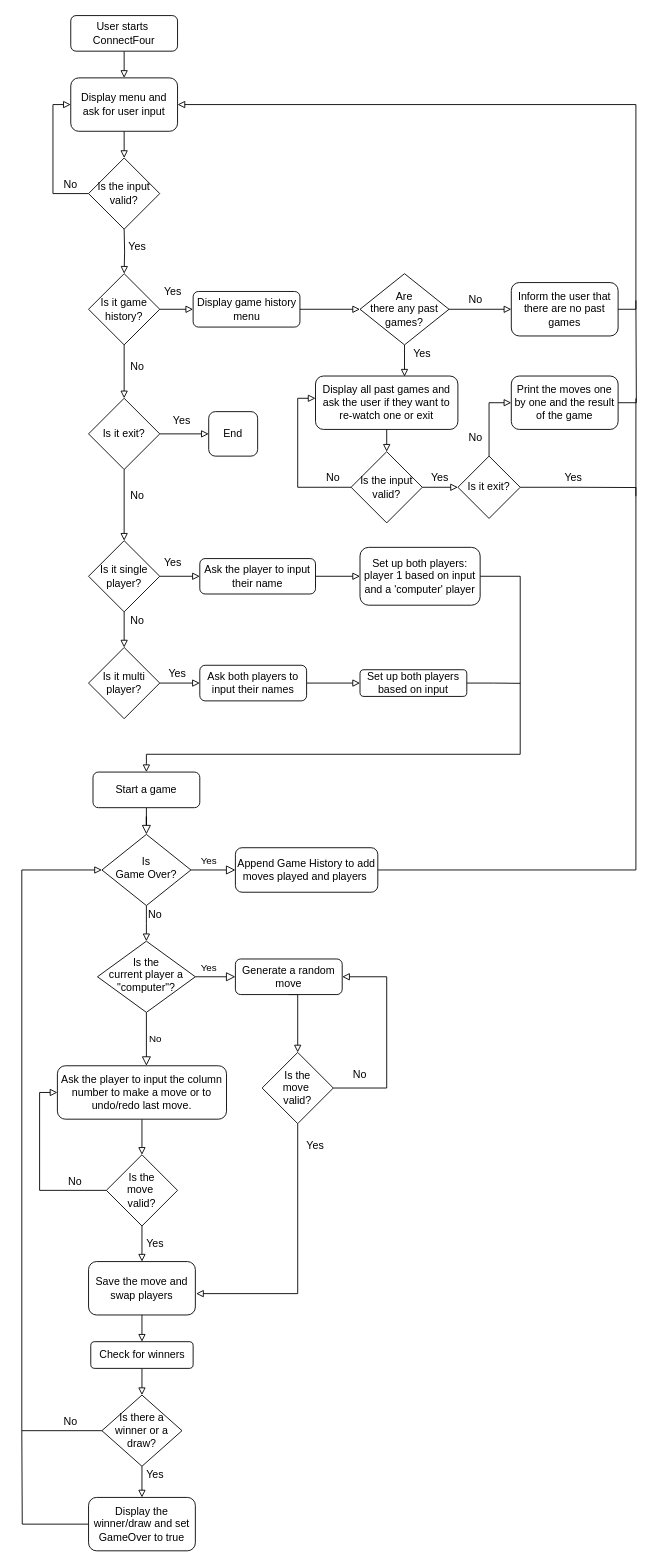
Earlier version of the draw.io diagram flowchart.drawio (KlaudiaJaros/ConnectFourGame). Source tidied: cells renumbered, new cells numbered last; positions are measured from the earlier drawing's top-left corner, leaving out a move shared by most shapes. Both pictures are drawn from the tidied source at 89%, with x=0, y=0 at pixel (21, 15).
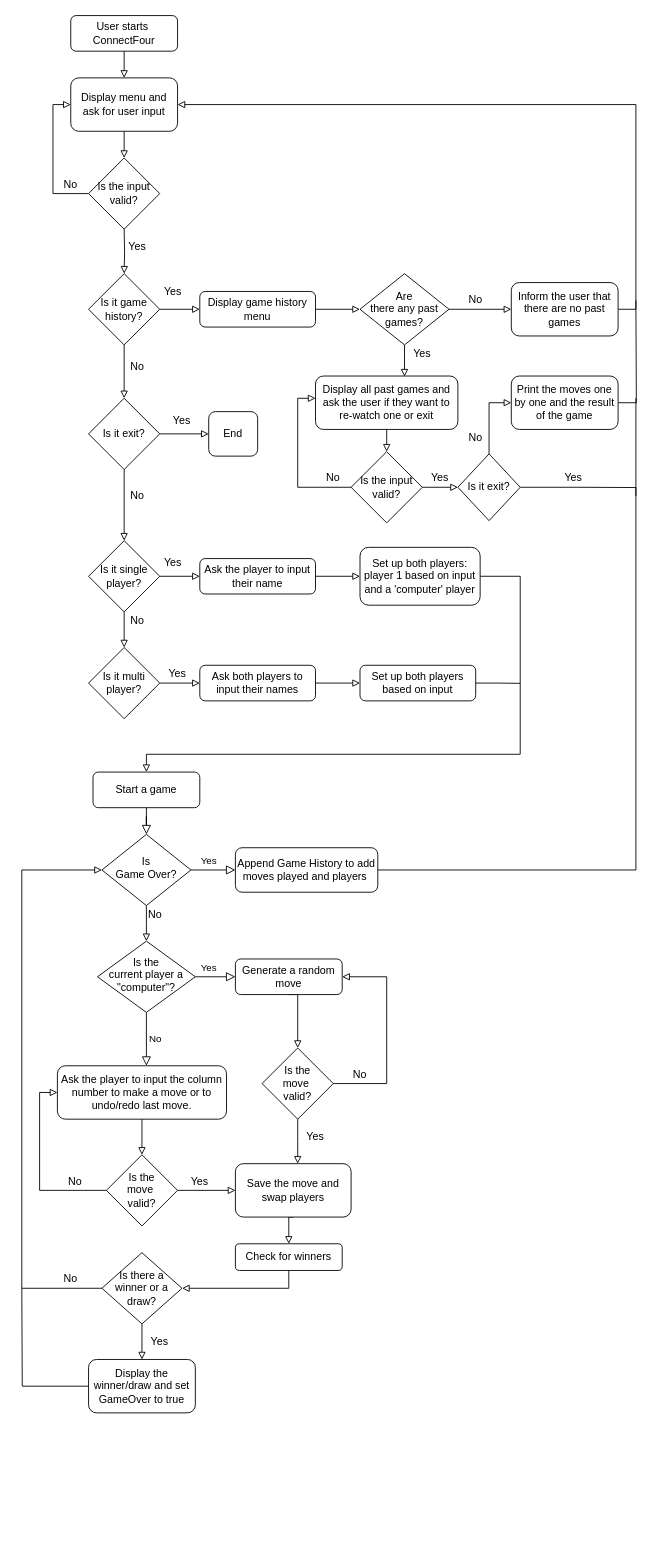
The same page after the edit.

The change refers to these unchanged cells:
```xml
<mxCell id="7" value="Is &lt;br&gt;Game Over?" style="rhombus;whiteSpace=wrap;html=1;shadow=0;fontFamily=Helvetica;fontSize=12;align=center;strokeWidth=1;spacing=6;spacingTop=-4;" parent="1" vertex="1">
  <mxGeometry x="90" y="920" width="100" height="80" as="geometry" />
</mxCell>
<mxCell id="16" value="Generate a random move" style="rounded=1;whiteSpace=wrap;html=1;fontSize=12;glass=0;strokeWidth=1;shadow=0;" parent="1" vertex="1">
  <mxGeometry x="240" y="1060" width="120" height="40" as="geometry" />
</mxCell>
<mxCell id="24" value="Is the&lt;br&gt;move&amp;nbsp;&lt;br&gt;valid?" style="rhombus;whiteSpace=wrap;html=1;" parent="1" vertex="1">
  <mxGeometry x="95" y="1280" width="80" height="80" as="geometry" />
</mxCell>
```

Change to the diagram source:
```diff
@@
     <mxCell id="17" style="edgeStyle=orthogonalEdgeStyle;rounded=0;jettySize=auto;html=1;exitX=1;exitY=0.5;exitDx=0;exitDy=0;entryX=1;entryY=0.5;entryDx=0;entryDy=0;endArrow=block;endFill=0;" parent="1" edge="1" source="19" target="16">
       <mxGeometry relative="1" as="geometry">
         <Array as="points">
-          <mxPoint x="410" y="1205" />
+          <mxPoint x="410" y="1200" />
           <mxPoint x="410" y="1080" />
         </Array>
       </mxGeometry>
     </mxCell>
-    <mxCell id="18" style="edgeStyle=orthogonalEdgeStyle;rounded=0;jettySize=auto;html=1;exitX=0.5;exitY=1;exitDx=0;exitDy=0;endArrow=block;endFill=0;entryX=1.007;entryY=0.6;entryDx=0;entryDy=0;entryPerimeter=0;" parent="1" edge="1" source="19" target="21">
-      <mxGeometry relative="1" as="geometry" />
+    <mxCell id="18" style="edgeStyle=orthogonalEdgeStyle;rounded=0;jettySize=auto;html=1;exitX=0.5;exitY=1;exitDx=0;exitDy=0;endArrow=block;endFill=0;" parent="1" edge="1" source="19">
+      <mxGeometry relative="1" as="geometry">
+        <mxPoint x="310" y="1290" as="targetPoint" />
+      </mxGeometry>
     </mxCell>
     <mxCell id="19" value="Is the&lt;br&gt;move&amp;nbsp;&lt;br&gt;valid?" style="rhombus;whiteSpace=wrap;html=1;" parent="1" vertex="1">
-      <mxGeometry x="270" y="1165" width="80" height="80" as="geometry" />
+      <mxGeometry x="270" y="1160" width="80" height="80" as="geometry" />
     </mxCell>
@@
     <mxCell id="21" value="Save the move and swap players" style="rounded=1;whiteSpace=wrap;html=1;" parent="1" vertex="1">
-      <mxGeometry x="75" y="1400" width="120" height="60" as="geometry" />
+      <mxGeometry x="240" y="1290" width="130" height="60" as="geometry" />
     </mxCell>
@@
-    <mxCell id="23" style="edgeStyle=orthogonalEdgeStyle;rounded=0;jettySize=auto;html=1;exitX=0.5;exitY=1;exitDx=0;exitDy=0;entryX=0.5;entryY=0;entryDx=0;entryDy=0;endArrow=block;endFill=0;" parent="1" edge="1" source="24" target="21">
+    <mxCell id="23" style="edgeStyle=orthogonalEdgeStyle;rounded=0;jettySize=auto;html=1;exitX=1;exitY=0.5;exitDx=0;exitDy=0;entryX=0;entryY=0.5;entryDx=0;entryDy=0;endArrow=block;endFill=0;" parent="1" edge="1" source="24" target="21">
       <mxGeometry relative="1" as="geometry" />
     </mxCell>
@@
     <mxCell id="27" value="Yes" style="text;html=1;strokeColor=none;fillColor=none;align=center;verticalAlign=middle;whiteSpace=wrap;rounded=0;" parent="1" vertex="1">
-      <mxGeometry x="130" y="1370" width="40" height="20" as="geometry" />
+      <mxGeometry x="180" y="1300" width="40" height="20" as="geometry" />
     </mxCell>
     <mxCell id="28" value="Yes" style="text;html=1;strokeColor=none;fillColor=none;align=center;verticalAlign=middle;whiteSpace=wrap;rounded=0;" parent="1" vertex="1">
-      <mxGeometry x="310" y="1260" width="40" height="20" as="geometry" />
+      <mxGeometry x="310" y="1250" width="40" height="20" as="geometry" />
     </mxCell>
-    <mxCell id="29" style="edgeStyle=orthogonalEdgeStyle;rounded=0;jettySize=auto;html=1;exitX=0.5;exitY=1;exitDx=0;exitDy=0;entryX=0.5;entryY=0;entryDx=0;entryDy=0;endArrow=block;endFill=0;" parent="1" edge="1" source="30" target="33">
+    <mxCell id="29" style="edgeStyle=orthogonalEdgeStyle;rounded=0;jettySize=auto;html=1;exitX=0.5;exitY=1;exitDx=0;exitDy=0;entryX=1;entryY=0.5;entryDx=0;entryDy=0;endArrow=block;endFill=0;" parent="1" edge="1" source="30" target="33">
       <mxGeometry relative="1" as="geometry" />
     </mxCell>
     <mxCell id="30" value="Check for winners" style="rounded=1;whiteSpace=wrap;html=1;" parent="1" vertex="1">
-      <mxGeometry x="77.5" y="1490" width="115" height="30" as="geometry" />
+      <mxGeometry x="240" y="1380" width="120" height="30" as="geometry" />
     </mxCell>
@@
     <mxCell id="32" style="edgeStyle=orthogonalEdgeStyle;rounded=0;jettySize=auto;html=1;exitX=0;exitY=0.5;exitDx=0;exitDy=0;entryX=0;entryY=0.5;entryDx=0;entryDy=0;endArrow=block;endFill=0;" parent="1" edge="1" source="33" target="7">
       <mxGeometry relative="1" as="geometry">
         <Array as="points">
-          <mxPoint y="1590" />
+          <mxPoint y="1430" />
           <mxPoint y="960" />
         </Array>
       </mxGeometry>
     </mxCell>
     <mxCell id="33" value="Is there a winner or a draw?" style="rhombus;whiteSpace=wrap;html=1;" parent="1" vertex="1">
-      <mxGeometry x="90" y="1550" width="90" height="80" as="geometry" />
+      <mxGeometry x="90" y="1390" width="90" height="80" as="geometry" />
     </mxCell>
     <mxCell id="34" style="edgeStyle=orthogonalEdgeStyle;rounded=0;jettySize=auto;html=1;exitX=0;exitY=0.5;exitDx=0;exitDy=0;endArrow=none;endFill=0;" parent="1" edge="1" source="35">
       <mxGeometry relative="1" as="geometry">
-        <mxPoint y="1590" as="targetPoint" />
+        <mxPoint y="1430" as="targetPoint" />
       </mxGeometry>
     </mxCell>
     <mxCell id="35" value="Display the winner/draw and set GameOver to true" style="rounded=1;whiteSpace=wrap;html=1;" parent="1" vertex="1">
-      <mxGeometry x="75" y="1665" width="120" height="60" as="geometry" />
+      <mxGeometry x="75" y="1510" width="120" height="60" as="geometry" />
     </mxCell>
     <mxCell id="36" value="Yes" style="text;html=1;strokeColor=none;fillColor=none;align=center;verticalAlign=middle;whiteSpace=wrap;rounded=0;" parent="1" vertex="1">
-      <mxGeometry x="130" y="1630" width="40" height="20" as="geometry" />
+      <mxGeometry x="135" y="1480" width="40" height="20" as="geometry" />
     </mxCell>
     <mxCell id="37" value="No" style="text;html=1;strokeColor=none;fillColor=none;align=center;verticalAlign=middle;whiteSpace=wrap;rounded=0;" parent="1" vertex="1">
-      <mxGeometry x="35" y="1570" width="40" height="20" as="geometry" />
+      <mxGeometry x="35" y="1410" width="40" height="20" as="geometry" />
     </mxCell>
@@
     <mxCell id="55" value="Display game history menu" style="rounded=1;whiteSpace=wrap;html=1;" parent="1" vertex="1">
-      <mxGeometry x="192.5" y="310" width="120" height="40" as="geometry" />
+      <mxGeometry x="200" y="310" width="130" height="40" as="geometry" />
     </mxCell>
@@
     <mxCell id="84" value="Ask both players to input their names" style="rounded=1;whiteSpace=wrap;html=1;" parent="1" vertex="1">
-      <mxGeometry x="200" y="730" width="120" height="40" as="geometry" />
+      <mxGeometry x="200" y="730" width="130" height="40" as="geometry" />
     </mxCell>
@@
     <mxCell id="88" value="Set up both players based on input" style="rounded=1;whiteSpace=wrap;html=1;" parent="1" vertex="1">
-      <mxGeometry x="380" y="735" width="120" height="30" as="geometry" />
+      <mxGeometry x="380" y="730" width="130" height="40" as="geometry" />
     </mxCell>
@@
     <mxCell id="95" value="Is it exit?" style="rhombus;whiteSpace=wrap;html=1;" parent="1" vertex="1">
-      <mxGeometry x="490" y="495" width="70" height="70" as="geometry" />
+      <mxGeometry x="490" y="492.5" width="70" height="75" as="geometry" />
     </mxCell>
```
